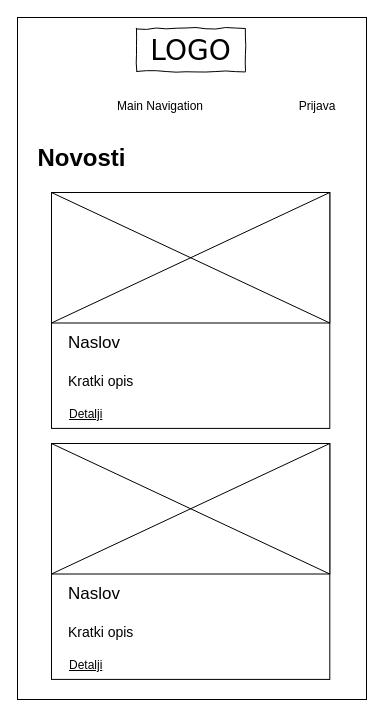
JakovSp/HCI keeps this draw.io diagram as page "Mobile Naslovnica" (13 of 16) of low-fidelity-HCI.drawio. Above is the earlier version. Source tidied: cells renumbered, new cells numbered last; positions are measured from the earlier drawing's top-left corner, leaving out a move shared by most shapes. Both pictures are drawn from the tidied source at 100%, with x=0, y=0 at pixel (17, 17). Pictures stored in the file or linked from it are replaced by grey dashed boxes.
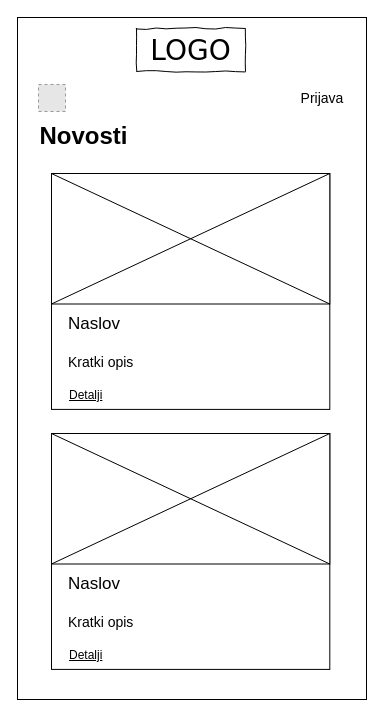
The same page after the edit.

Unchanged cells that the change refers to:
```xml
<mxCell id="3" style="group;" parent="2" vertex="1">
  <mxGeometry width="349" height="682" as="geometry" />
</mxCell>
```

The edit, as a diff of the source:
```diff
@@
-    <mxCell id="6" value="Prijava" style="text;html=1;strokeColor=none;fillColor=none;align=center;verticalAlign=middle;whiteSpace=wrap;rounded=0;" parent="3" vertex="1">
-      <mxGeometry x="280" y="88" width="40" height="2" as="geometry" />
-    </mxCell>
-    <mxCell id="7" value="Main Navigation" style="text;html=1;strokeColor=none;fillColor=none;align=center;verticalAlign=middle;whiteSpace=wrap;rounded=0;" parent="3" vertex="1">
-      <mxGeometry x="22" y="79" width="242" height="20" as="geometry" />
-    </mxCell>
     <mxCell id="8" value="Novosti" style="text;strokeColor=none;fillColor=none;html=1;fontSize=24;fontStyle=1;verticalAlign=middle;align=center;" parent="3" vertex="1">
-      <mxGeometry x="22" y="126" width="83" height="29" as="geometry" />
+      <mxGeometry x="24" y="104" width="83" height="29" as="geometry" />
     </mxCell>
-    <mxCell id="9" style="group;align=left;" parent="1" vertex="1">
-      <mxGeometry x="34" y="175" width="279" height="237" as="geometry" />
+    <mxCell id="9" style="group;align=left;" parent="3" vertex="1">
+      <mxGeometry x="34" y="156" width="279" height="237" as="geometry" />
     </mxCell>
@@
-    <mxCell id="19" style="group;align=left;" parent="1" vertex="1">
-      <mxGeometry x="34" y="426" width="279" height="237" as="geometry" />
+    <mxCell id="19" style="group;align=left;" parent="3" vertex="1">
+      <mxGeometry x="34" y="416" width="279" height="237" as="geometry" />
     </mxCell>
@@
+    <mxCell id="29" style="fillColor=#E6E6E6;strokeColor=#999999;dashed=1;verticalLabelPosition=bottom;labelBackgroundColor=#ffffff;verticalAlign=top;" parent="3" vertex="1">
+      <mxGeometry x="21" y="67" width="27" height="27" as="geometry" />
+    </mxCell>
+    <mxCell id="6" value="Prijava" style="text;html=1;strokeColor=none;fillColor=none;align=center;verticalAlign=middle;whiteSpace=wrap;rounded=0;fontSize=14;" parent="3" vertex="1">
+      <mxGeometry x="285" y="70.5" width="40" height="20" as="geometry" />
+    </mxCell>
```
